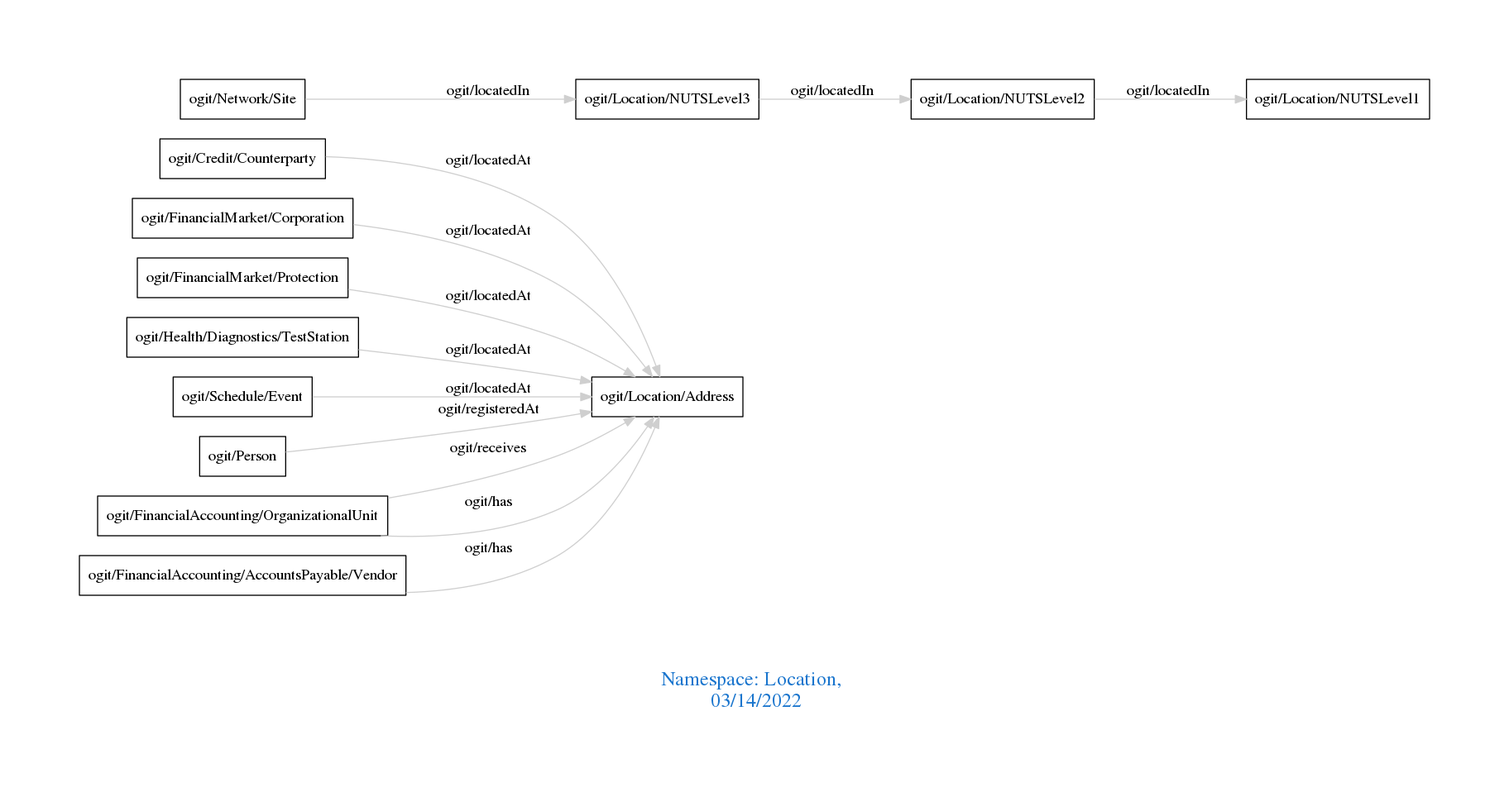
Earlier version of the Graphviz export downloads/Location.png (arago/OGIT). Its source is kept beside it as downloads/Location.dot.
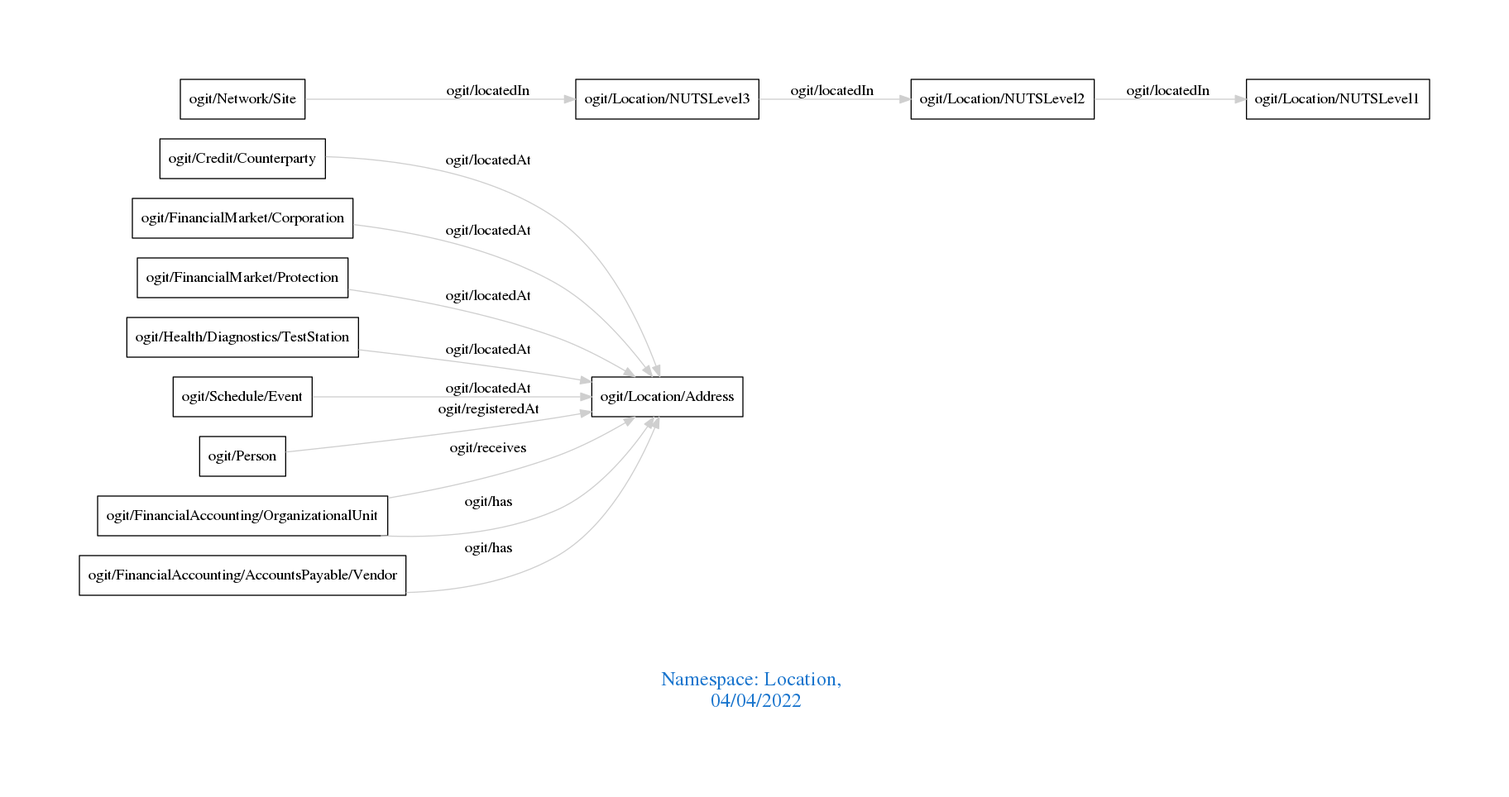
The same file after the commit.

Change to the diagram source:
```diff
@@ -1,7 +1,7 @@
 digraph OGIT_ontology {
  graph [ rankdir= LR,pad=1
 fontsize = 18,
-fontcolor= dodgerblue3,label = "\n\n\nNamespace: Location, \n 03/14/2022"];
+fontcolor= dodgerblue3,label = "\n\n\nNamespace: Location, \n 04/04/2022"];
 node[shape=polygon];
 edge [  color="gray81"];
 
```
